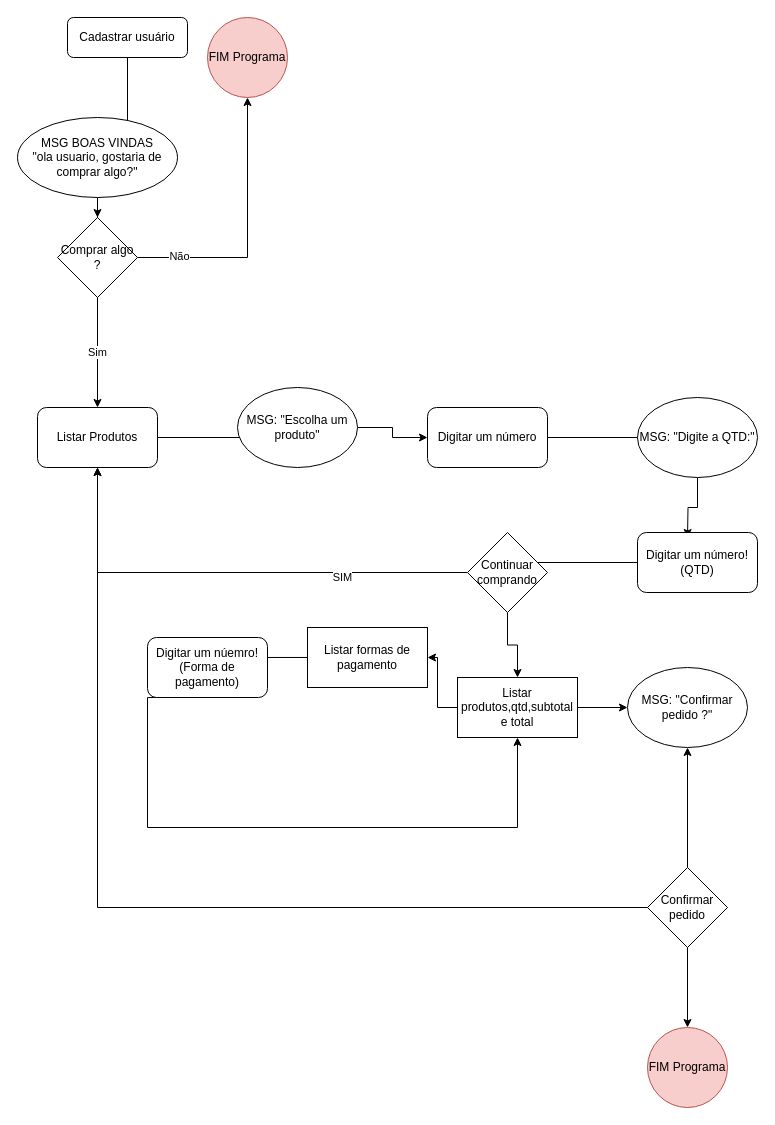
Earlier version of the draw.io diagram Untitled Diagram.drawio (reisritter/turma11java). Source tidied: cells renumbered, new cells numbered last; positions are measured from the earlier drawing's top-left corner, leaving out a move shared by most shapes. Both pictures are drawn from the tidied source at 100%, with x=0, y=0 at pixel (17, 17).
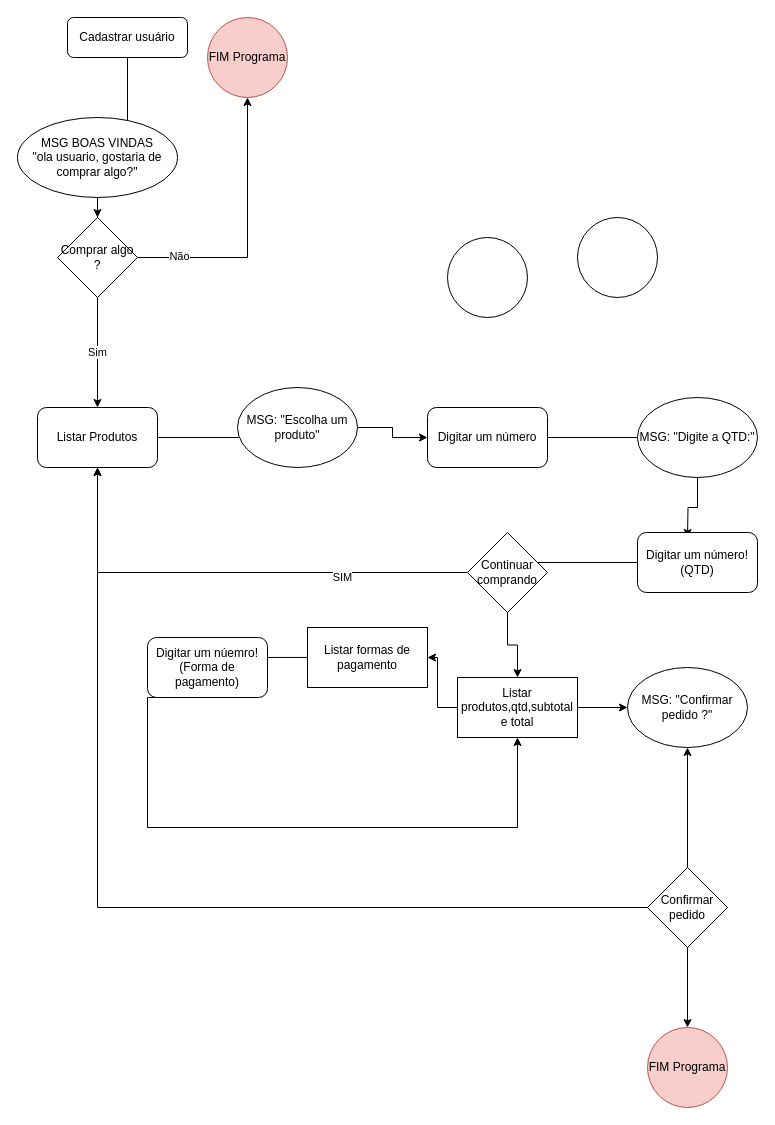
The same diagram, later.

What changed in the source:
```diff
@@
+    <mxCell id="38" style="ellipse;whiteSpace=wrap;html=1;" parent="1" vertex="1">
+      <mxGeometry x="430" y="220" width="80" height="80" as="geometry" />
+    </mxCell>
+    <mxCell id="39" style="ellipse;whiteSpace=wrap;html=1;" parent="1" vertex="1">
+      <mxGeometry x="560" y="200" width="80" height="80" as="geometry" />
+    </mxCell>
```
